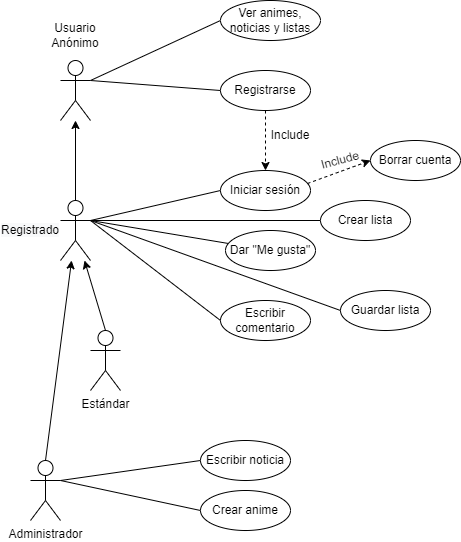
This is DiagramaCasosUso.png from raulfarce01/yumeanime, a draw.io export, as it was before one commit. Source tidied: cells renumbered, new cells last; positions are measured from the earlier drawing's top-left corner, leaving out a move shared by most shapes. Source of this version:
```xml
<mxGraphModel>
  <root>
    <mxCell id="0" />
    <mxCell id="1" parent="0" />
    <mxCell id="2" style="edgeStyle=none;rounded=0;jettySize=auto;html=1;exitX=1;exitY=0.3333333333333333;exitDx=0;exitDy=0;exitPerimeter=0;entryX=0;entryY=0.5;entryDx=0;entryDy=0;endArrow=none;endFill=0;" parent="1" edge="1" source="4" target="13">
      <mxGeometry relative="1" as="geometry" />
    </mxCell>
    <mxCell id="3" style="edgeStyle=none;rounded=0;jettySize=auto;html=1;exitX=1;exitY=0.3333333333333333;exitDx=0;exitDy=0;exitPerimeter=0;entryX=0;entryY=0.5;entryDx=0;entryDy=0;endArrow=none;endFill=0;" parent="1" edge="1" source="4" target="16">
      <mxGeometry relative="1" as="geometry" />
    </mxCell>
    <mxCell id="4" style="shape=umlActor;verticalLabelPosition=bottom;verticalAlign=top;html=1;outlineConnect=0;" parent="1" vertex="1">
      <mxGeometry x="60" y="60" width="30" height="60" as="geometry" />
    </mxCell>
    <mxCell id="5" style="edgeStyle=none;rounded=0;jettySize=auto;html=1;exitX=0.5;exitY=0;exitDx=0;exitDy=0;exitPerimeter=0;endArrow=classic;endFill=1;" parent="1" edge="1" source="7" target="4">
      <mxGeometry relative="1" as="geometry" />
    </mxCell>
    <mxCell id="6" style="edgeStyle=none;rounded=0;jettySize=auto;html=1;exitX=1;exitY=0.3333333333333333;exitDx=0;exitDy=0;exitPerimeter=0;entryX=0;entryY=0.5;entryDx=0;entryDy=0;endArrow=none;endFill=0;" parent="1" edge="1" source="7" target="14">
      <mxGeometry relative="1" as="geometry" />
    </mxCell>
    <mxCell id="7" style="shape=umlActor;verticalLabelPosition=bottom;verticalAlign=top;html=1;outlineConnect=0;" parent="1" vertex="1">
      <mxGeometry x="60" y="200" width="30" height="60" as="geometry" />
    </mxCell>
    <mxCell id="8" style="edgeStyle=none;rounded=0;jettySize=auto;html=1;exitX=0.5;exitY=0;exitDx=0;exitDy=0;exitPerimeter=0;endArrow=classic;endFill=1;" parent="1" edge="1" source="11" target="7">
      <mxGeometry relative="1" as="geometry" />
    </mxCell>
    <mxCell id="9" style="edgeStyle=none;rounded=0;jettySize=auto;html=1;exitX=1;exitY=0.3333333333333333;exitDx=0;exitDy=0;exitPerimeter=0;entryX=0;entryY=0.5;entryDx=0;entryDy=0;endArrow=none;endFill=0;" parent="1" edge="1" source="11" target="29">
      <mxGeometry relative="1" as="geometry" />
    </mxCell>
    <mxCell id="10" style="edgeStyle=none;rounded=0;jettySize=auto;html=1;exitX=1;exitY=0.3333333333333333;exitDx=0;exitDy=0;exitPerimeter=0;entryX=0;entryY=0.5;entryDx=0;entryDy=0;endArrow=none;endFill=0;" parent="1" edge="1" source="11" target="30">
      <mxGeometry relative="1" as="geometry" />
    </mxCell>
    <mxCell id="11" value="Administrador" style="shape=umlActor;verticalLabelPosition=bottom;verticalAlign=top;html=1;outlineConnect=0;" parent="1" vertex="1">
      <mxGeometry x="30" y="460" width="30" height="60" as="geometry" />
    </mxCell>
    <mxCell id="12" style="edgeStyle=orthogonalEdgeStyle;rounded=0;jettySize=auto;html=1;exitX=0.5;exitY=1;exitDx=0;exitDy=0;entryX=0.5;entryY=0;entryDx=0;entryDy=0;dashed=1;" parent="1" edge="1" source="13" target="14">
      <mxGeometry relative="1" as="geometry" />
    </mxCell>
    <mxCell id="13" value="Registrarse" style="ellipse;whiteSpace=wrap;html=1;" parent="1" vertex="1">
      <mxGeometry x="220" y="70" width="90" height="40" as="geometry" />
    </mxCell>
    <mxCell id="14" value="Iniciar sesión" style="ellipse;whiteSpace=wrap;html=1;" parent="1" vertex="1">
      <mxGeometry x="220" y="170" width="90" height="40" as="geometry" />
    </mxCell>
    <mxCell id="15" value="Include" style="text;html=1;strokeColor=none;fillColor=none;align=center;verticalAlign=middle;whiteSpace=wrap;rounded=0;" parent="1" vertex="1">
      <mxGeometry x="260" y="120" width="60" height="30" as="geometry" />
    </mxCell>
    <mxCell id="16" value="Ver animes, noticias y listas" style="ellipse;whiteSpace=wrap;html=1;" parent="1" vertex="1">
      <mxGeometry x="220" width="100" height="40" as="geometry" />
    </mxCell>
    <mxCell id="17" value="&lt;span&gt;Usuario&lt;/span&gt;&lt;br&gt;&lt;span&gt;Anónimo&lt;/span&gt;" style="text;html=1;strokeColor=none;fillColor=none;align=center;verticalAlign=middle;whiteSpace=wrap;rounded=0;" parent="1" vertex="1">
      <mxGeometry x="45" y="20" width="60" height="30" as="geometry" />
    </mxCell>
    <mxCell id="18" value="&#10;&#10;&lt;span style=&quot;color: rgb(0, 0, 0); font-family: helvetica; font-size: 12px; font-style: normal; font-weight: 400; letter-spacing: normal; text-align: center; text-indent: 0px; text-transform: none; word-spacing: 0px; background-color: rgb(248, 249, 250); display: inline; float: none;&quot;&gt;Registrado&lt;/span&gt;&#10;&#10;" style="text;html=1;strokeColor=none;fillColor=none;align=center;verticalAlign=middle;whiteSpace=wrap;rounded=0;" parent="1" vertex="1">
      <mxGeometry y="215" width="60" height="30" as="geometry" />
    </mxCell>
    <mxCell id="19" style="edgeStyle=none;rounded=0;jettySize=auto;html=1;exitX=0.5;exitY=0;exitDx=0;exitDy=0;exitPerimeter=0;endArrow=classic;endFill=1;" parent="1" edge="1" source="24" target="7">
      <mxGeometry relative="1" as="geometry" />
    </mxCell>
    <mxCell id="20" style="edgeStyle=none;rounded=0;jettySize=auto;html=1;exitX=1;exitY=0.3333333333333333;exitDx=0;exitDy=0;exitPerimeter=0;endArrow=none;endFill=0;" parent="1" edge="1" source="7" target="25">
      <mxGeometry relative="1" as="geometry" />
    </mxCell>
    <mxCell id="21" style="edgeStyle=none;rounded=0;jettySize=auto;html=1;entryX=0;entryY=0.5;entryDx=0;entryDy=0;endArrow=none;endFill=0;" parent="1" edge="1" target="26">
      <mxGeometry relative="1" as="geometry">
        <mxPoint x="90" y="220" as="sourcePoint" />
      </mxGeometry>
    </mxCell>
    <mxCell id="22" style="edgeStyle=none;rounded=0;jettySize=auto;html=1;entryX=0;entryY=0.5;entryDx=0;entryDy=0;endArrow=none;endFill=0;" parent="1" edge="1" target="28">
      <mxGeometry relative="1" as="geometry">
        <mxPoint x="90" y="220" as="sourcePoint" />
      </mxGeometry>
    </mxCell>
    <mxCell id="23" style="edgeStyle=none;rounded=0;jettySize=auto;html=1;endArrow=none;endFill=0;" parent="1" edge="1" target="27">
      <mxGeometry relative="1" as="geometry">
        <mxPoint x="90" y="220" as="sourcePoint" />
      </mxGeometry>
    </mxCell>
    <mxCell id="24" value="Estándar" style="shape=umlActor;verticalLabelPosition=bottom;verticalAlign=top;html=1;outlineConnect=0;" parent="1" vertex="1">
      <mxGeometry x="90" y="330" width="30" height="60" as="geometry" />
    </mxCell>
    <mxCell id="25" value="Dar &quot;Me gusta&quot;" style="ellipse;whiteSpace=wrap;html=1;" parent="1" vertex="1">
      <mxGeometry x="225" y="230" width="90" height="40" as="geometry" />
    </mxCell>
    <mxCell id="26" value="Escribir comentario" style="ellipse;whiteSpace=wrap;html=1;" parent="1" vertex="1">
      <mxGeometry x="220" y="300" width="90" height="40" as="geometry" />
    </mxCell>
    <mxCell id="27" value="Crear lista" style="ellipse;whiteSpace=wrap;html=1;" parent="1" vertex="1">
      <mxGeometry x="320" y="200" width="90" height="40" as="geometry" />
    </mxCell>
    <mxCell id="28" value="Guardar lista" style="ellipse;whiteSpace=wrap;html=1;" parent="1" vertex="1">
      <mxGeometry x="340" y="290" width="90" height="40" as="geometry" />
    </mxCell>
    <mxCell id="29" value="Escribir noticia" style="ellipse;whiteSpace=wrap;html=1;" parent="1" vertex="1">
      <mxGeometry x="200" y="440" width="90" height="40" as="geometry" />
    </mxCell>
    <mxCell id="30" value="Crear anime" style="ellipse;whiteSpace=wrap;html=1;" parent="1" vertex="1">
      <mxGeometry x="200" y="490" width="90" height="40" as="geometry" />
    </mxCell>
    <mxCell id="31" style="edgeStyle=none;rounded=0;jettySize=auto;html=1;exitX=0.967;exitY=0.325;exitDx=0;exitDy=0;entryX=0;entryY=0.5;entryDx=0;entryDy=0;endArrow=classic;endFill=1;exitPerimeter=0;dashed=1;" parent="1" edge="1" source="14" target="32">
      <mxGeometry relative="1" as="geometry" />
    </mxCell>
    <mxCell id="32" value="Borrar cuenta" style="ellipse;whiteSpace=wrap;html=1;" parent="1" vertex="1">
      <mxGeometry x="370" y="140" width="90" height="40" as="geometry" />
    </mxCell>
    <mxCell id="33" value="Include" style="text;html=1;strokeColor=none;fillColor=none;align=center;verticalAlign=middle;whiteSpace=wrap;rounded=0;rotation=-15;" parent="1" vertex="1">
      <mxGeometry x="310" y="145" width="60" height="30" as="geometry" />
    </mxCell>
  </root>
</mxGraphModel>
```
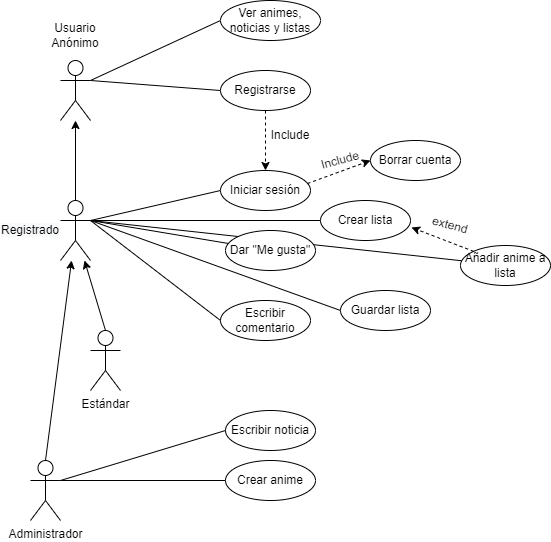
Later version of the same file.

Diff of the diagram source:
```diff
@@ -17,6 +17,9 @@
     <mxCell id="6" style="edgeStyle=none;rounded=0;jettySize=auto;html=1;exitX=1;exitY=0.3333333333333333;exitDx=0;exitDy=0;exitPerimeter=0;entryX=0;entryY=0.5;entryDx=0;entryDy=0;endArrow=none;endFill=0;" parent="1" edge="1" source="7" target="14">
       <mxGeometry relative="1" as="geometry" />
     </mxCell>
+    <mxCell id="34" style="edgeStyle=none;rounded=0;jettySize=auto;html=1;exitX=1;exitY=0.3333333333333333;exitDx=0;exitDy=0;exitPerimeter=0;endArrow=none;endFill=0;" parent="1" edge="1" source="7" target="35">
+      <mxGeometry relative="1" as="geometry" />
+    </mxCell>
     <mxCell id="7" style="shape=umlActor;verticalLabelPosition=bottom;verticalAlign=top;html=1;outlineConnect=0;" parent="1" vertex="1">
       <mxGeometry x="60" y="200" width="30" height="60" as="geometry" />
     </mxCell>
@@ -90,10 +93,10 @@
       <mxGeometry x="340" y="290" width="90" height="40" as="geometry" />
     </mxCell>
     <mxCell id="29" value="Escribir noticia" style="ellipse;whiteSpace=wrap;html=1;" parent="1" vertex="1">
-      <mxGeometry x="200" y="440" width="90" height="40" as="geometry" />
+      <mxGeometry x="225" y="410" width="90" height="40" as="geometry" />
     </mxCell>
     <mxCell id="30" value="Crear anime" style="ellipse;whiteSpace=wrap;html=1;" parent="1" vertex="1">
-      <mxGeometry x="200" y="490" width="90" height="40" as="geometry" />
+      <mxGeometry x="225" y="460" width="90" height="40" as="geometry" />
     </mxCell>
     <mxCell id="31" style="edgeStyle=none;rounded=0;jettySize=auto;html=1;exitX=0.967;exitY=0.325;exitDx=0;exitDy=0;entryX=0;entryY=0.5;entryDx=0;entryDy=0;endArrow=classic;endFill=1;exitPerimeter=0;dashed=1;" parent="1" edge="1" source="14" target="32">
       <mxGeometry relative="1" as="geometry" />
@@ -104,5 +107,14 @@
     <mxCell id="33" value="Include" style="text;html=1;strokeColor=none;fillColor=none;align=center;verticalAlign=middle;whiteSpace=wrap;rounded=0;rotation=-15;" parent="1" vertex="1">
       <mxGeometry x="310" y="145" width="60" height="30" as="geometry" />
     </mxCell>
+    <mxCell id="35" value="Añadir anime a lista" style="ellipse;whiteSpace=wrap;html=1;" parent="1" vertex="1">
+      <mxGeometry x="460" y="245" width="90" height="40" as="geometry" />
+    </mxCell>
+    <mxCell id="36" style="rounded=0;jettySize=auto;html=1;entryX=1.011;entryY=0.675;entryDx=0;entryDy=0;dashed=1;entryPerimeter=0;exitX=0;exitY=0;exitDx=0;exitDy=0;" parent="1" edge="1" source="35" target="27">
+      <mxGeometry relative="1" as="geometry" />
+    </mxCell>
+    <mxCell id="37" value="extend" style="text;html=1;strokeColor=none;fillColor=none;align=center;verticalAlign=middle;whiteSpace=wrap;rounded=0;rotation=15;" parent="1" vertex="1">
+      <mxGeometry x="420" y="210" width="60" height="30" as="geometry" />
+    </mxCell>
   </root>
 </mxGraphModel>
```
